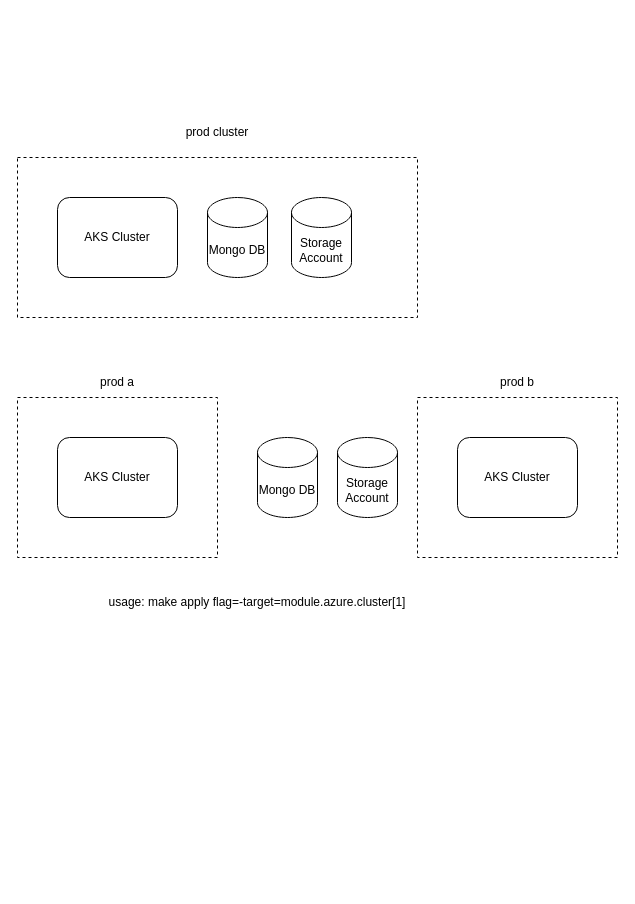
This is abcluster.drawio from fredyeah/diagrams, a draw.io file, before an edit. Source tidied: cells renumbered, new cells numbered last; positions are measured from the earlier drawing's top-left corner, leaving out a move shared by most shapes. Both pictures are drawn from the tidied source at 100%, with x=0, y=0 at pixel (17, 117).
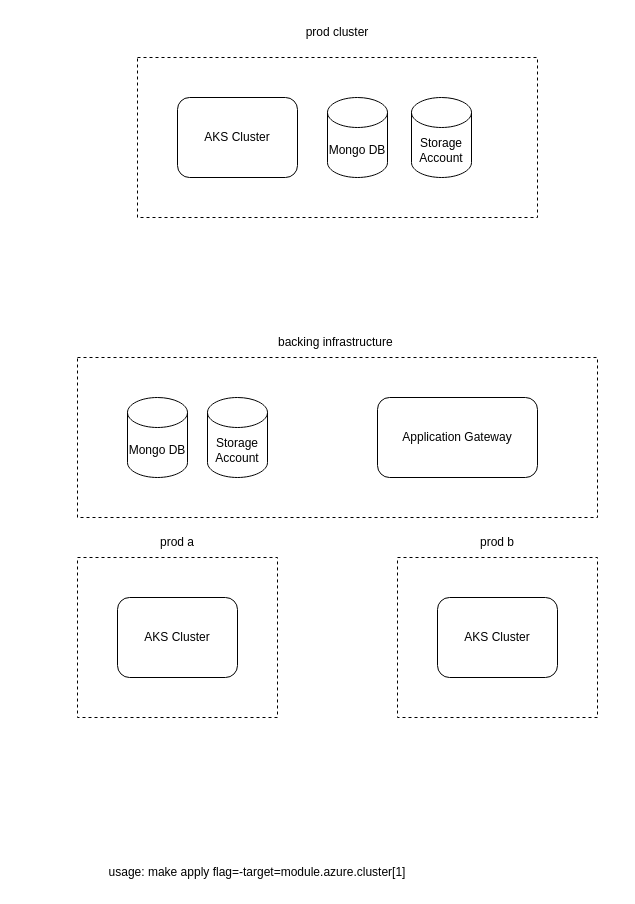
The same diagram, later.

What changed in the source:
```diff
@@
 <mxGraphModel>
   <root>
     <mxCell id="0" />
     <mxCell id="1" parent="0" />
+    <mxCell id="16" style="rounded=0;whiteSpace=wrap;html=1;fillColor=none;dashed=1;" parent="1" vertex="1">
+      <mxGeometry x="60" y="240" width="520" height="160" as="geometry" />
+    </mxCell>
     <mxCell id="2" style="rounded=0;whiteSpace=wrap;html=1;fillColor=none;dashed=1;" parent="1" vertex="1">
-      <mxGeometry y="40" width="400" height="160" as="geometry" />
+      <mxGeometry x="120" y="-60" width="400" height="160" as="geometry" />
     </mxCell>
     <mxCell id="3" value="prod cluster" style="text;html=1;strokeColor=none;fillColor=none;align=center;verticalAlign=middle;whiteSpace=wrap;rounded=0;" parent="1" vertex="1">
-      <mxGeometry x="160" width="80" height="30" as="geometry" />
+      <mxGeometry x="280" y="-100" width="80" height="30" as="geometry" />
     </mxCell>
     <mxCell id="4" value="Storage Account" style="shape=cylinder3;whiteSpace=wrap;html=1;boundedLbl=1;backgroundOutline=1;size=15;" parent="1" vertex="1">
-      <mxGeometry x="274" y="80" width="60" height="80" as="geometry" />
+      <mxGeometry x="394" y="-20" width="60" height="80" as="geometry" />
     </mxCell>
     <mxCell id="5" value="Mongo DB" style="shape=cylinder3;whiteSpace=wrap;html=1;boundedLbl=1;backgroundOutline=1;size=15;" parent="1" vertex="1">
-      <mxGeometry x="190" y="80" width="60" height="80" as="geometry" />
+      <mxGeometry x="310" y="-20" width="60" height="80" as="geometry" />
     </mxCell>
     <mxCell id="6" value="AKS Cluster" style="rounded=1;whiteSpace=wrap;html=1;" parent="1" vertex="1">
-      <mxGeometry x="40" y="80" width="120" height="80" as="geometry" />
+      <mxGeometry x="160" y="-20" width="120" height="80" as="geometry" />
     </mxCell>
     <mxCell id="7" style="rounded=0;whiteSpace=wrap;html=1;fillColor=none;dashed=1;" parent="1" vertex="1">
-      <mxGeometry y="280" width="200" height="160" as="geometry" />
+      <mxGeometry x="60" y="440" width="200" height="160" as="geometry" />
     </mxCell>
     <mxCell id="8" value="prod a" style="text;html=1;strokeColor=none;fillColor=none;align=center;verticalAlign=middle;whiteSpace=wrap;rounded=0;" parent="1" vertex="1">
-      <mxGeometry x="60" y="250" width="80" height="30" as="geometry" />
+      <mxGeometry x="120" y="410" width="80" height="30" as="geometry" />
     </mxCell>
     <mxCell id="9" value="Storage Account" style="shape=cylinder3;whiteSpace=wrap;html=1;boundedLbl=1;backgroundOutline=1;size=15;" parent="1" vertex="1">
-      <mxGeometry x="320" y="320" width="60" height="80" as="geometry" />
+      <mxGeometry x="190" y="280" width="60" height="80" as="geometry" />
     </mxCell>
     <mxCell id="10" value="Mongo DB" style="shape=cylinder3;whiteSpace=wrap;html=1;boundedLbl=1;backgroundOutline=1;size=15;" parent="1" vertex="1">
-      <mxGeometry x="240" y="320" width="60" height="80" as="geometry" />
+      <mxGeometry x="110" y="280" width="60" height="80" as="geometry" />
     </mxCell>
     <mxCell id="11" value="AKS Cluster" style="rounded=1;whiteSpace=wrap;html=1;" parent="1" vertex="1">
-      <mxGeometry x="40" y="320" width="120" height="80" as="geometry" />
+      <mxGeometry x="100" y="480" width="120" height="80" as="geometry" />
     </mxCell>
     <mxCell id="12" style="rounded=0;whiteSpace=wrap;html=1;fillColor=none;dashed=1;" parent="1" vertex="1">
-      <mxGeometry x="400" y="280" width="200" height="160" as="geometry" />
+      <mxGeometry x="380" y="440" width="200" height="160" as="geometry" />
     </mxCell>
     <mxCell id="13" value="prod b" style="text;html=1;strokeColor=none;fillColor=none;align=center;verticalAlign=middle;whiteSpace=wrap;rounded=0;" parent="1" vertex="1">
-      <mxGeometry x="460" y="250" width="80" height="30" as="geometry" />
+      <mxGeometry x="440" y="410" width="80" height="30" as="geometry" />
     </mxCell>
     <mxCell id="14" value="AKS Cluster" style="rounded=1;whiteSpace=wrap;html=1;" parent="1" vertex="1">
-      <mxGeometry x="440" y="320" width="120" height="80" as="geometry" />
+      <mxGeometry x="420" y="480" width="120" height="80" as="geometry" />
     </mxCell>
     <mxCell id="15" value="usage: make apply flag=-target=module.azure.cluster[1]" style="text;html=1;strokeColor=none;fillColor=none;align=center;verticalAlign=middle;whiteSpace=wrap;rounded=0;" parent="1" vertex="1">
-      <mxGeometry x="20" y="470" width="440" height="30" as="geometry" />
+      <mxGeometry x="20" y="740" width="440" height="30" as="geometry" />
     </mxCell>
+    <mxCell id="17" value="backing infrastructure&amp;nbsp;" style="text;html=1;strokeColor=none;fillColor=none;align=center;verticalAlign=middle;whiteSpace=wrap;rounded=0;" parent="1" vertex="1">
+      <mxGeometry x="220" y="210" width="200" height="30" as="geometry" />
+    </mxCell>
+    <mxCell id="18" value="Application Gateway" style="rounded=1;whiteSpace=wrap;html=1;" parent="1" vertex="1">
+      <mxGeometry x="360" y="280" width="160" height="80" as="geometry" />
+    </mxCell>
   </root>
 </mxGraphModel>
```
